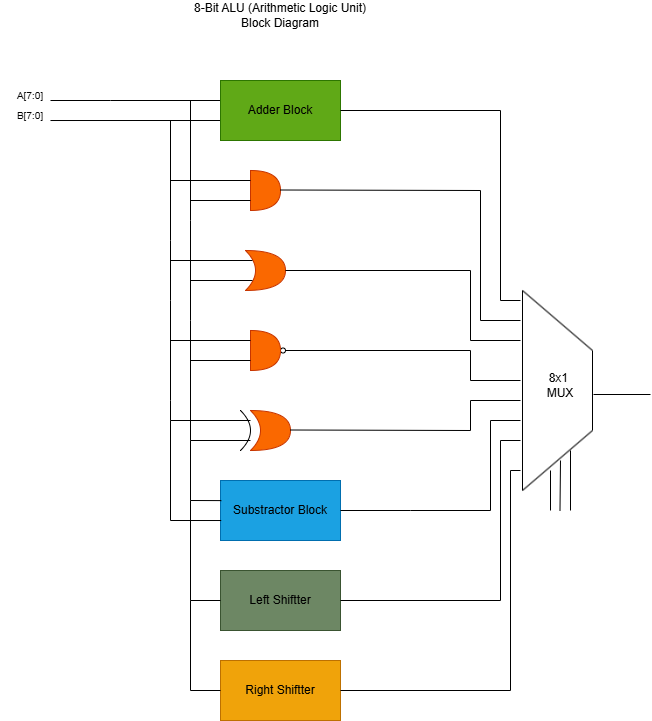
Ayberk-Aktan/8-Bit_ALU_with_Verilog keeps this draw.io diagram as assets/8Bit_ALU_Block_Diagram.png. Above is the earlier version. Source tidied: cells renumbered, new cells last; positions are measured from the earlier drawing's top-left corner, leaving out a move shared by most shapes.
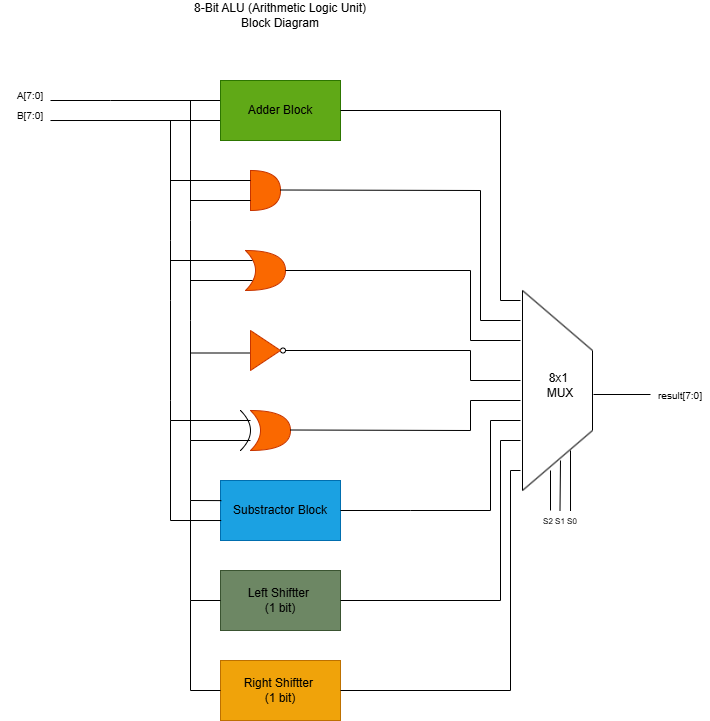
The same diagram one commit later.

Commit message:
Some issues in the block diagram have been resolved.

Diff of the diagram source:
```diff
@@ -72,9 +72,6 @@
         <mxPoint x="190" y="320" as="targetPoint" />
       </mxGeometry>
     </mxCell>
-    <mxCell id="17" style="shape=or;whiteSpace=wrap;html=1;shapeInside=1;fillColor=#fa6800;fontColor=#000000;strokeColor=#C73500;" parent="1" vertex="1">
-      <mxGeometry x="250" y="330" width="30" height="40" as="geometry" />
-    </mxCell>
     <mxCell id="18" style="endArrow=none;html=1;rounded=0;" parent="1" edge="1">
       <mxGeometry relative="1" as="geometry">
         <mxPoint x="170" y="400" as="sourcePoint" />
@@ -137,16 +134,12 @@
         <mxPoint x="190" y="280" as="sourcePoint" />
       </mxGeometry>
     </mxCell>
-    <mxCell id="29" style="endArrow=none;html=1;rounded=0;entryX=0;entryY=0.25;entryDx=0;entryDy=0;entryPerimeter=0;" parent="1" edge="1" target="17">
-      <mxGeometry relative="1" as="geometry">
-        <mxPoint x="170" y="340" as="sourcePoint" />
-      </mxGeometry>
-    </mxCell>
-    <mxCell id="30" style="endArrow=none;html=1;rounded=0;entryX=0;entryY=0.75;entryDx=0;entryDy=0;entryPerimeter=0;" parent="1" edge="1" target="17">
+    <mxCell id="30" style="endArrow=none;html=1;rounded=0;entryX=0;entryY=0.75;entryDx=0;entryDy=0;entryPerimeter=0;" parent="1" edge="1">
       <mxGeometry x="0.53" relative="1" as="geometry">
-        <mxPoint x="190" y="400" as="sourcePoint" />
+        <mxPoint x="190" y="392.5" as="sourcePoint" />
+        <mxPoint x="250" y="352.5" as="targetPoint" />
         <Array as="points">
-          <mxPoint x="190" y="360" />
+          <mxPoint x="190" y="352.5" />
         </Array>
       </mxGeometry>
     </mxCell>
@@ -207,7 +200,7 @@
         <mxPoint x="170" y="520" as="sourcePoint" />
       </mxGeometry>
     </mxCell>
-    <mxCell id="42" value="&lt;span style=&quot;color: light-dark(rgb(0, 0, 0), rgb(255, 255, 255));&quot;&gt;Left Shiftter&lt;/span&gt;" style="rounded=0;whiteSpace=wrap;html=1;fillColor=#6d8764;fontColor=#ffffff;strokeColor=#3A5431;" parent="1" vertex="1">
+    <mxCell id="42" value="&lt;span style=&quot;color: light-dark(rgb(0, 0, 0), rgb(255, 255, 255));&quot;&gt;Left Shiftter&amp;nbsp;&lt;/span&gt;&lt;div&gt;&lt;span style=&quot;color: light-dark(rgb(0, 0, 0), rgb(255, 255, 255)); background-color: transparent;&quot;&gt;(1 bit)&lt;/span&gt;&lt;/div&gt;" style="rounded=0;whiteSpace=wrap;html=1;fillColor=#6d8764;fontColor=#ffffff;strokeColor=#3A5431;" parent="1" vertex="1">
       <mxGeometry x="220" y="570" width="120" height="60" as="geometry" />
     </mxCell>
     <mxCell id="43" style="endArrow=none;html=1;rounded=0;" parent="1" edge="1">
@@ -227,7 +220,7 @@
         <mxPoint x="190" y="600" as="sourcePoint" />
       </mxGeometry>
     </mxCell>
-    <mxCell id="46" value="&lt;span style=&quot;color: light-dark(rgb(0, 0, 0), rgb(255, 255, 255));&quot;&gt;Right Shiftter&lt;/span&gt;" style="rounded=0;whiteSpace=wrap;html=1;fillColor=#f0a30a;strokeColor=#BD7000;fontColor=#000000;" parent="1" vertex="1">
+    <mxCell id="46" value="&lt;span style=&quot;color: light-dark(rgb(0, 0, 0), rgb(255, 255, 255));&quot;&gt;Right Shiftter&amp;nbsp;&lt;/span&gt;&lt;div&gt;&lt;span style=&quot;color: light-dark(rgb(0, 0, 0), rgb(255, 255, 255));&quot;&gt;(1 bit)&lt;/span&gt;&lt;/div&gt;" style="rounded=0;whiteSpace=wrap;html=1;fillColor=#f0a30a;strokeColor=#BD7000;fontColor=#000000;" parent="1" vertex="1">
       <mxGeometry x="220" y="660" width="120" height="60" as="geometry" />
     </mxCell>
     <mxCell id="47" style="endArrow=none;html=1;rounded=0;" parent="1" edge="1">
@@ -393,11 +386,24 @@
         <mxPoint x="560" y="460" as="targetPoint" />
       </mxGeometry>
     </mxCell>
-    <mxCell id="75" style="endArrow=none;html=1;rounded=0;" parent="1" edge="1">
+    <mxCell id="75" style="endArrow=none;html=1;rounded=0;exitX=0.643;exitY=0.025;exitDx=0;exitDy=0;exitPerimeter=0;" parent="1" edge="1" source="78">
       <mxGeometry relative="1" as="geometry">
-        <mxPoint x="570" y="510" as="sourcePoint" />
         <mxPoint x="570" y="450" as="targetPoint" />
       </mxGeometry>
     </mxCell>
+    <mxCell id="76" style="triangle;whiteSpace=wrap;html=1;shapeInside=1;fillColor=#fa6800;fontColor=#000000;strokeColor=#C73500;" parent="1" vertex="1">
+      <mxGeometry x="250" y="330" width="30" height="40" as="geometry" />
+    </mxCell>
+    <mxCell id="77" style="endArrow=none;html=1;rounded=0;" parent="1" edge="1" target="78">
+      <mxGeometry relative="1" as="geometry">
+        <mxPoint x="570" y="510" as="sourcePoint" />
+      </mxGeometry>
+    </mxCell>
+    <mxCell id="78" value="&lt;font style=&quot;font-size: 8px;&quot;&gt;S2 S1 S0&lt;/font&gt;" style="text;html=1;whiteSpace=wrap;strokeColor=none;fillColor=none;align=center;verticalAlign=middle;rounded=0;" parent="1" vertex="1">
+      <mxGeometry x="525" y="510" width="70" height="20" as="geometry" />
+    </mxCell>
+    <mxCell id="79" value="&lt;font style=&quot;font-size: 10px;&quot;&gt;result[7:0]&lt;/font&gt;" style="text;html=1;whiteSpace=wrap;strokeColor=none;fillColor=none;align=center;verticalAlign=middle;rounded=0;" parent="1" vertex="1">
+      <mxGeometry x="650" y="380" width="60" height="30" as="geometry" />
+    </mxCell>
   </root>
 </mxGraphModel>
```
